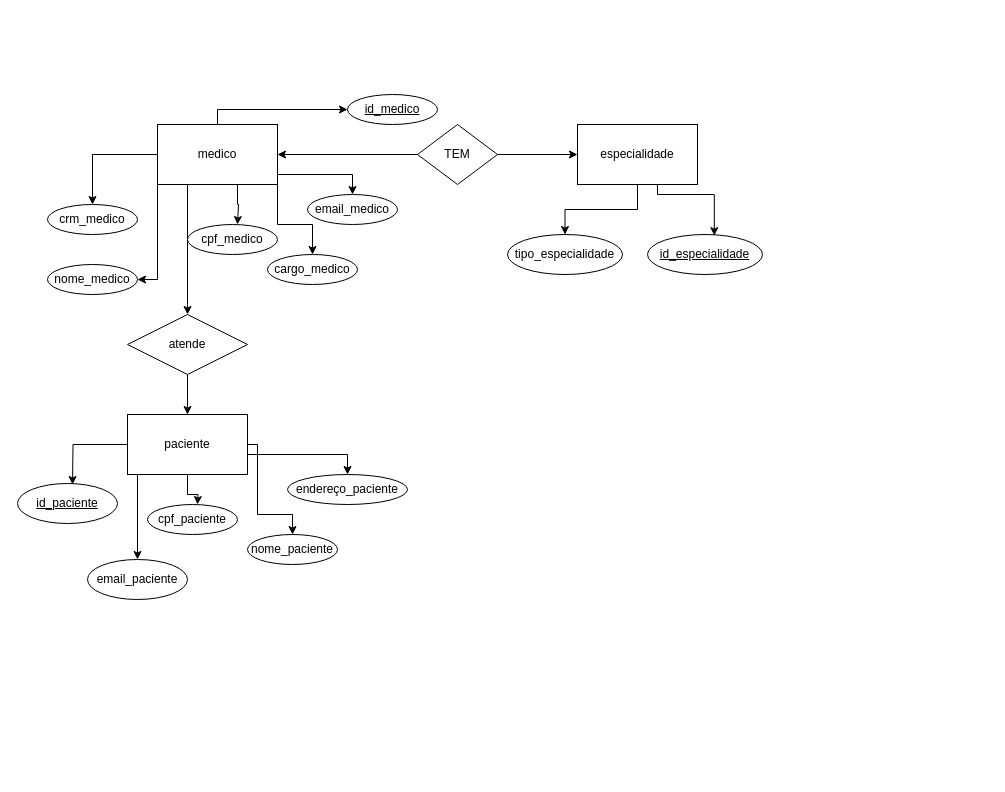
The draw.io diagram Diagrama sem nome.drawio in lucas-padula/hospital, before the edit. Source tidied: cells renumbered, new cells numbered last; positions are measured from the earlier drawing's top-left corner, leaving out a move shared by most shapes. Both pictures are drawn from the tidied source at 100%, with x=0, y=0 at pixel (17, 94).
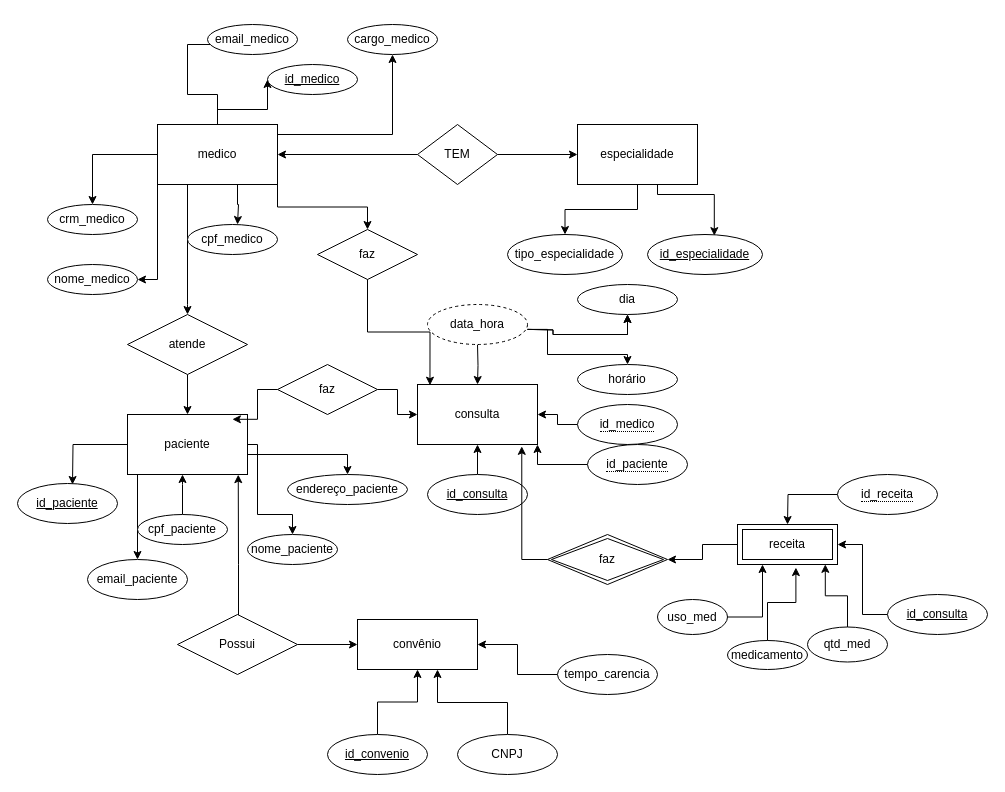
After the change.

The change refers to these unchanged cells:
```xml
<mxCell id="8" value="medico" style="rounded=0;whiteSpace=wrap;html=1;" parent="1" vertex="1">
  <mxGeometry x="140" y="30" width="120" height="60" as="geometry" />
</mxCell>
<mxCell id="28" value="paciente" style="rounded=0;whiteSpace=wrap;html=1;" parent="1" vertex="1">
  <mxGeometry x="110" y="320" width="120" height="60" as="geometry" />
</mxCell>
```

The edit, as a diff of the source:
```diff
@@
     <mxCell id="4" style="edgeStyle=orthogonalEdgeStyle;rounded=0;jettySize=auto;html=1;entryX=0.5;entryY=0;entryDx=0;entryDy=0;" parent="1" edge="1" source="8" target="13">
       <mxGeometry relative="1" as="geometry">
         <Array as="points">
-          <mxPoint x="335" y="80" />
+          <mxPoint x="200" />
+          <mxPoint x="170" />
+          <mxPoint x="170" y="-50" />
         </Array>
       </mxGeometry>
     </mxCell>
-    <mxCell id="5" style="edgeStyle=orthogonalEdgeStyle;rounded=0;jettySize=auto;html=1;entryX=0.5;entryY=0;entryDx=0;entryDy=0;" parent="1" edge="1" source="8" target="11">
-      <mxGeometry relative="1" as="geometry">
-        <Array as="points">
-          <mxPoint x="260" y="130" />
-          <mxPoint x="295" y="130" />
-        </Array>
-      </mxGeometry>
-    </mxCell>
@@
+    <mxCell id="5" style="edgeStyle=orthogonalEdgeStyle;rounded=0;jettySize=auto;html=1;entryX=0.5;entryY=0;entryDx=0;entryDy=0;" parent="1" edge="1" source="8" target="11">
+      <mxGeometry relative="1" as="geometry">
+        <Array as="points">
+          <mxPoint x="375" y="40" />
+        </Array>
+      </mxGeometry>
+    </mxCell>
+    <mxCell id="37" style="edgeStyle=orthogonalEdgeStyle;rounded=0;jettySize=auto;html=1;exitX=1;exitY=1;exitDx=0;exitDy=0;entryX=0.5;entryY=0;entryDx=0;entryDy=0;" parent="1" edge="1" source="8" target="75">
+      <mxGeometry relative="1" as="geometry" />
+    </mxCell>
@@
-    <mxCell id="11" value="cargo_medico" style="ellipse;whiteSpace=wrap;html=1;" parent="1" vertex="1">
-      <mxGeometry x="250" y="160" width="90" height="30" as="geometry" />
+    <mxCell id="11" value="cargo_medico" style="ellipse;whiteSpace=wrap;html=1;direction=west;" parent="1" vertex="1">
+      <mxGeometry x="330" y="-70" width="90" height="30" as="geometry" />
     </mxCell>
     <mxCell id="12" value="&lt;u&gt;id_medico&lt;/u&gt;" style="ellipse;whiteSpace=wrap;html=1;" parent="1" vertex="1">
-      <mxGeometry x="330" width="90" height="30" as="geometry" />
+      <mxGeometry x="250" y="-30" width="90" height="30" as="geometry" />
     </mxCell>
     <mxCell id="13" value="email_medico" style="ellipse;whiteSpace=wrap;html=1;" parent="1" vertex="1">
-      <mxGeometry x="290" y="100" width="90" height="30" as="geometry" />
+      <mxGeometry x="190" y="-70" width="90" height="30" as="geometry" />
     </mxCell>
@@
+    <mxCell id="38" style="edgeStyle=orthogonalEdgeStyle;rounded=0;jettySize=auto;html=1;" parent="1" edge="1" source="29" target="28">
+      <mxGeometry relative="1" as="geometry">
+        <Array as="points">
+          <mxPoint x="165" y="390" />
+          <mxPoint x="165" y="390" />
+        </Array>
+      </mxGeometry>
+    </mxCell>
     <mxCell id="29" value="cpf_paciente" style="ellipse;whiteSpace=wrap;html=1;" parent="1" vertex="1">
-      <mxGeometry x="130" y="410" width="90" height="30" as="geometry" />
+      <mxGeometry x="120" y="420" width="90" height="30" as="geometry" />
     </mxCell>
@@
-    <mxCell id="32" style="edgeStyle=orthogonalEdgeStyle;rounded=0;jettySize=auto;html=1;" parent="1" edge="1" source="28">
-      <mxGeometry relative="1" as="geometry">
-        <mxPoint x="180" y="410" as="targetPoint" />
-      </mxGeometry>
-    </mxCell>
@@
+    <mxCell id="39" style="edgeStyle=orthogonalEdgeStyle;rounded=0;jettySize=auto;html=1;" parent="1" edge="1" source="40" target="41">
+      <mxGeometry relative="1" as="geometry" />
+    </mxCell>
+    <mxCell id="40" value="Possui" style="shape=rhombus;perimeter=rhombusPerimeter;whiteSpace=wrap;html=1;align=center;" parent="1" vertex="1">
+      <mxGeometry x="160" y="520" width="120" height="60" as="geometry" />
+    </mxCell>
+    <mxCell id="41" value="convênio" style="whiteSpace=wrap;html=1;align=center;" parent="1" vertex="1">
+      <mxGeometry x="340" y="525" width="120" height="50" as="geometry" />
+    </mxCell>
+    <mxCell id="42" style="edgeStyle=orthogonalEdgeStyle;rounded=0;jettySize=auto;html=1;entryX=0.923;entryY=1.002;entryDx=0;entryDy=0;entryPerimeter=0;" parent="1" edge="1" source="40" target="28">
+      <mxGeometry relative="1" as="geometry">
+        <Array as="points">
+          <mxPoint x="221" y="470" />
+          <mxPoint x="221" y="470" />
+        </Array>
+      </mxGeometry>
+    </mxCell>
+    <mxCell id="43" style="edgeStyle=orthogonalEdgeStyle;rounded=0;jettySize=auto;html=1;" parent="1" edge="1" source="44" target="41">
+      <mxGeometry relative="1" as="geometry" />
+    </mxCell>
+    <mxCell id="44" value="id_convenio" style="ellipse;whiteSpace=wrap;html=1;align=center;fontStyle=4;" parent="1" vertex="1">
+      <mxGeometry x="310" y="640" width="100" height="40" as="geometry" />
+    </mxCell>
+    <mxCell id="45" style="edgeStyle=orthogonalEdgeStyle;rounded=0;jettySize=auto;html=1;" parent="1" edge="1" source="46" target="41">
+      <mxGeometry relative="1" as="geometry">
+        <Array as="points">
+          <mxPoint x="490" y="608" />
+          <mxPoint x="420" y="608" />
+        </Array>
+      </mxGeometry>
+    </mxCell>
+    <mxCell id="46" value="CNPJ" style="ellipse;whiteSpace=wrap;html=1;align=center;" parent="1" vertex="1">
+      <mxGeometry x="440" y="640" width="100" height="40" as="geometry" />
+    </mxCell>
+    <mxCell id="47" style="edgeStyle=orthogonalEdgeStyle;rounded=0;jettySize=auto;html=1;" parent="1" edge="1" source="48" target="41">
+      <mxGeometry relative="1" as="geometry" />
+    </mxCell>
+    <mxCell id="48" value="tempo_carencia" style="ellipse;whiteSpace=wrap;html=1;align=center;" parent="1" vertex="1">
+      <mxGeometry x="540" y="560" width="100" height="40" as="geometry" />
+    </mxCell>
+    <mxCell id="49" value="consulta" style="whiteSpace=wrap;html=1;align=center;" parent="1" vertex="1">
+      <mxGeometry x="400" y="290" width="120" height="60" as="geometry" />
+    </mxCell>
+    <mxCell id="50" style="edgeStyle=orthogonalEdgeStyle;rounded=0;jettySize=auto;html=1;" parent="1" edge="1" source="51" target="49">
+      <mxGeometry relative="1" as="geometry" />
+    </mxCell>
+    <mxCell id="51" value="faz" style="shape=rhombus;perimeter=rhombusPerimeter;whiteSpace=wrap;html=1;align=center;" parent="1" vertex="1">
+      <mxGeometry x="260" y="270" width="100" height="50" as="geometry" />
+    </mxCell>
+    <mxCell id="52" style="edgeStyle=orthogonalEdgeStyle;rounded=0;jettySize=auto;html=1;entryX=0.874;entryY=0.08;entryDx=0;entryDy=0;entryPerimeter=0;" parent="1" edge="1" source="51" target="28">
+      <mxGeometry relative="1" as="geometry" />
+    </mxCell>
+    <mxCell id="53" style="edgeStyle=orthogonalEdgeStyle;rounded=0;jettySize=auto;html=1;" parent="1" edge="1" source="54" target="49">
+      <mxGeometry relative="1" as="geometry" />
+    </mxCell>
+    <mxCell id="54" value="&lt;u&gt;id_consulta&lt;/u&gt;" style="ellipse;whiteSpace=wrap;html=1;align=center;" parent="1" vertex="1">
+      <mxGeometry x="410" y="380" width="100" height="40" as="geometry" />
+    </mxCell>
+    <mxCell id="55" style="edgeStyle=orthogonalEdgeStyle;rounded=0;jettySize=auto;html=1;" parent="1" edge="1" source="56" target="49">
+      <mxGeometry relative="1" as="geometry" />
+    </mxCell>
+    <mxCell id="56" value="&lt;span style=&quot;border-bottom: 1px dotted&quot;&gt;id_medico&lt;/span&gt;" style="ellipse;whiteSpace=wrap;html=1;align=center;" parent="1" vertex="1">
+      <mxGeometry x="560" y="310" width="100" height="40" as="geometry" />
+    </mxCell>
+    <mxCell id="57" style="edgeStyle=orthogonalEdgeStyle;rounded=0;jettySize=auto;html=1;entryX=1;entryY=1;entryDx=0;entryDy=0;" parent="1" edge="1" source="58" target="49">
+      <mxGeometry relative="1" as="geometry" />
+    </mxCell>
+    <mxCell id="58" value="&lt;span style=&quot;border-bottom: 1px dotted&quot;&gt;id_paciente&lt;/span&gt;" style="ellipse;whiteSpace=wrap;html=1;align=center;" parent="1" vertex="1">
+      <mxGeometry x="570" y="350" width="100" height="40" as="geometry" />
+    </mxCell>
+    <mxCell id="59" style="edgeStyle=orthogonalEdgeStyle;rounded=0;jettySize=auto;html=1;" parent="1" edge="1" target="49">
+      <mxGeometry relative="1" as="geometry">
+        <mxPoint x="460" y="250" as="sourcePoint" />
+      </mxGeometry>
+    </mxCell>
+    <mxCell id="60" style="edgeStyle=orthogonalEdgeStyle;rounded=0;jettySize=auto;html=1;" parent="1" edge="1" target="63">
+      <mxGeometry relative="1" as="geometry">
+        <mxPoint x="510" y="234.9" as="sourcePoint" />
+      </mxGeometry>
+    </mxCell>
+    <mxCell id="61" style="edgeStyle=orthogonalEdgeStyle;rounded=0;jettySize=auto;html=1;" parent="1" edge="1" target="63">
+      <mxGeometry relative="1" as="geometry">
+        <mxPoint x="510" y="234.9" as="sourcePoint" />
+      </mxGeometry>
+    </mxCell>
+    <mxCell id="62" style="edgeStyle=orthogonalEdgeStyle;rounded=0;jettySize=auto;html=1;" parent="1" edge="1" target="64">
+      <mxGeometry relative="1" as="geometry">
+        <mxPoint x="510" y="234.9" as="sourcePoint" />
+        <Array as="points">
+          <mxPoint x="530" y="235" />
+          <mxPoint x="530" y="260" />
+        </Array>
+      </mxGeometry>
+    </mxCell>
+    <mxCell id="63" value="dia" style="ellipse;whiteSpace=wrap;html=1;align=center;" parent="1" vertex="1">
+      <mxGeometry x="560" y="190" width="100" height="30" as="geometry" />
+    </mxCell>
+    <mxCell id="64" value="horário" style="ellipse;whiteSpace=wrap;html=1;align=center;" parent="1" vertex="1">
+      <mxGeometry x="560" y="270" width="100" height="30" as="geometry" />
+    </mxCell>
+    <mxCell id="65" value="data_hora" style="ellipse;whiteSpace=wrap;html=1;align=center;dashed=1;" parent="1" vertex="1">
+      <mxGeometry x="410" y="210" width="100" height="40" as="geometry" />
+    </mxCell>
+    <mxCell id="66" value="faz" style="shape=rhombus;double=1;perimeter=rhombusPerimeter;whiteSpace=wrap;html=1;align=center;" parent="1" vertex="1">
+      <mxGeometry x="530" y="440" width="120" height="50" as="geometry" />
+    </mxCell>
+    <mxCell id="67" style="edgeStyle=orthogonalEdgeStyle;rounded=0;jettySize=auto;html=1;entryX=0.869;entryY=1.031;entryDx=0;entryDy=0;entryPerimeter=0;" parent="1" edge="1" source="66" target="49">
+      <mxGeometry relative="1" as="geometry" />
+    </mxCell>
+    <mxCell id="68" style="edgeStyle=orthogonalEdgeStyle;rounded=0;jettySize=auto;html=1;entryX=1;entryY=0.5;entryDx=0;entryDy=0;" parent="1" edge="1" source="69" target="66">
+      <mxGeometry relative="1" as="geometry" />
+    </mxCell>
+    <mxCell id="69" value="receita" style="shape=ext;margin=3;double=1;whiteSpace=wrap;html=1;align=center;" parent="1" vertex="1">
+      <mxGeometry x="720" y="430" width="100" height="40" as="geometry" />
+    </mxCell>
+    <mxCell id="70" style="edgeStyle=orthogonalEdgeStyle;rounded=0;jettySize=auto;html=1;entryX=0.25;entryY=1;entryDx=0;entryDy=0;" parent="1" edge="1" source="71" target="69">
+      <mxGeometry relative="1" as="geometry" />
+    </mxCell>
+    <mxCell id="71" value="uso_med" style="ellipse;whiteSpace=wrap;html=1;align=center;" parent="1" vertex="1">
+      <mxGeometry x="640" y="505" width="70" height="35" as="geometry" />
+    </mxCell>
+    <mxCell id="72" value="qtd_med" style="ellipse;whiteSpace=wrap;html=1;align=center;" parent="1" vertex="1">
+      <mxGeometry x="790" y="532.5" width="80" height="35" as="geometry" />
+    </mxCell>
+    <mxCell id="73" style="edgeStyle=orthogonalEdgeStyle;rounded=0;jettySize=auto;html=1;" parent="1" edge="1" source="74">
+      <mxGeometry relative="1" as="geometry">
+        <mxPoint x="770" y="430" as="targetPoint" />
+      </mxGeometry>
+    </mxCell>
+    <mxCell id="74" value="&lt;span style=&quot;border-bottom: 1px dotted&quot;&gt;id_receita&lt;/span&gt;" style="ellipse;whiteSpace=wrap;html=1;align=center;" parent="1" vertex="1">
+      <mxGeometry x="820" y="380" width="100" height="40" as="geometry" />
+    </mxCell>
+    <mxCell id="75" value="faz" style="shape=rhombus;perimeter=rhombusPerimeter;whiteSpace=wrap;html=1;align=center;" parent="1" vertex="1">
+      <mxGeometry x="300" y="135" width="100" height="50" as="geometry" />
+    </mxCell>
+    <mxCell id="76" style="edgeStyle=orthogonalEdgeStyle;rounded=0;jettySize=auto;html=1;exitX=0.5;exitY=1;exitDx=0;exitDy=0;entryX=0.104;entryY=0.012;entryDx=0;entryDy=0;entryPerimeter=0;" parent="1" edge="1" source="75" target="49">
+      <mxGeometry relative="1" as="geometry" />
+    </mxCell>
+    <mxCell id="77" style="edgeStyle=orthogonalEdgeStyle;rounded=0;jettySize=auto;html=1;entryX=1;entryY=0.5;entryDx=0;entryDy=0;" parent="1" edge="1" source="78" target="69">
+      <mxGeometry relative="1" as="geometry" />
+    </mxCell>
+    <mxCell id="78" value="&lt;u&gt;id_consulta&lt;/u&gt;" style="ellipse;whiteSpace=wrap;html=1;align=center;" parent="1" vertex="1">
+      <mxGeometry x="870" y="500" width="100" height="40" as="geometry" />
+    </mxCell>
+    <mxCell id="79" style="edgeStyle=orthogonalEdgeStyle;rounded=0;jettySize=auto;html=1;entryX=0.878;entryY=0.996;entryDx=0;entryDy=0;entryPerimeter=0;" parent="1" edge="1" source="72" target="69">
+      <mxGeometry relative="1" as="geometry" />
+    </mxCell>
+    <mxCell id="80" value="medicamento" style="ellipse;whiteSpace=wrap;html=1;align=center;" parent="1" vertex="1">
+      <mxGeometry x="710" y="546" width="80" height="29" as="geometry" />
+    </mxCell>
+    <mxCell id="81" style="edgeStyle=orthogonalEdgeStyle;rounded=0;jettySize=auto;html=1;entryX=0.584;entryY=1.076;entryDx=0;entryDy=0;entryPerimeter=0;" parent="1" edge="1" source="80" target="69">
+      <mxGeometry relative="1" as="geometry" />
+    </mxCell>
```
